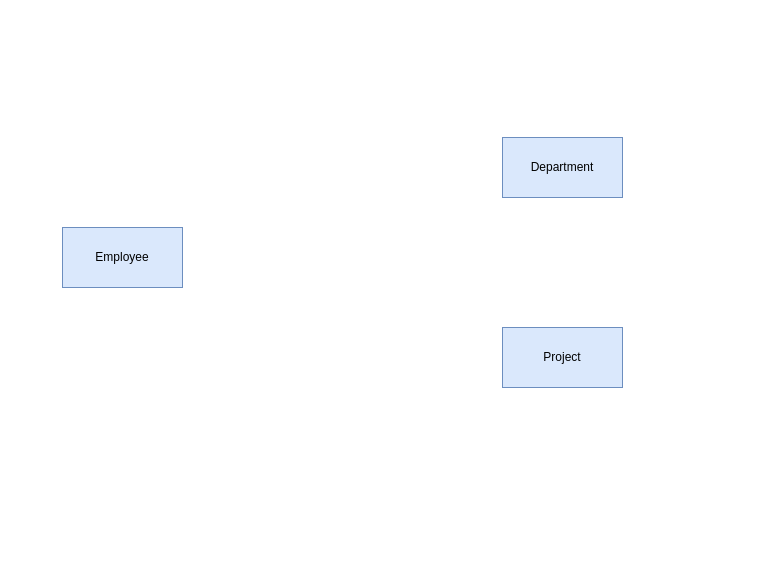
This is comapany_database_system.drawio from Rupantar-68/DBMS_LAB, a draw.io file, before an edit. Source tidied: cells renumbered, new cells numbered last; positions are measured from the earlier drawing's top-left corner, leaving out a move shared by most shapes. Both pictures are drawn from the tidied source at 100%, with x=0, y=0 at pixel (62, 137).
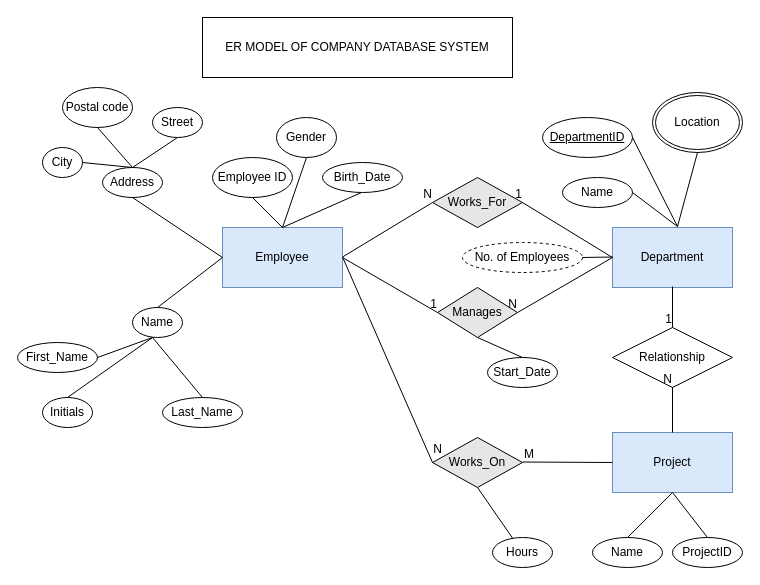
Above is the later version.

Diff of the diagram source:
```diff
@@
     <mxCell id="2" value="Employee" style="rounded=0;whiteSpace=wrap;html=1;fillColor=#dae8fc;strokeColor=#6c8ebf;" parent="1" vertex="1">
-      <mxGeometry y="90" width="120" height="60" as="geometry" />
+      <mxGeometry x="160" y="90" width="120" height="60" as="geometry" />
     </mxCell>
     <mxCell id="3" value="Department" style="rounded=0;whiteSpace=wrap;html=1;fillColor=#dae8fc;strokeColor=#6c8ebf;" parent="1" vertex="1">
-      <mxGeometry x="440" width="120" height="60" as="geometry" />
+      <mxGeometry x="550" y="90" width="120" height="60" as="geometry" />
     </mxCell>
     <mxCell id="4" value="Project" style="rounded=0;whiteSpace=wrap;html=1;fillColor=#dae8fc;strokeColor=#6c8ebf;" parent="1" vertex="1">
-      <mxGeometry x="440" y="190" width="120" height="60" as="geometry" />
+      <mxGeometry x="550" y="295" width="120" height="60" as="geometry" />
     </mxCell>
+    <mxCell id="5" value="Employee ID" style="ellipse;whiteSpace=wrap;html=1;" parent="1" vertex="1">
+      <mxGeometry x="150" y="20" width="80" height="40" as="geometry" />
+    </mxCell>
+    <mxCell id="6" value="Gender" style="ellipse;whiteSpace=wrap;html=1;" parent="1" vertex="1">
+      <mxGeometry x="214" y="-20" width="60" height="40" as="geometry" />
+    </mxCell>
+    <mxCell id="7" value="Birth_Date" style="ellipse;whiteSpace=wrap;html=1;" parent="1" vertex="1">
+      <mxGeometry x="260" y="25" width="80" height="30" as="geometry" />
+    </mxCell>
+    <mxCell id="8" style="endArrow=none;html=1;rounded=0;exitX=0.5;exitY=0;exitDx=0;exitDy=0;entryX=0.5;entryY=1;entryDx=0;entryDy=0;" parent="1" edge="1" source="2" target="6">
+      <mxGeometry relative="1" as="geometry" />
+    </mxCell>
+    <mxCell id="9" style="endArrow=none;html=1;rounded=0;" parent="1" edge="1">
+      <mxGeometry relative="1" as="geometry">
+        <mxPoint x="220" y="90" as="sourcePoint" />
+        <mxPoint x="190" y="60" as="targetPoint" />
+      </mxGeometry>
+    </mxCell>
+    <mxCell id="10" style="endArrow=none;html=1;rounded=0;exitX=0.5;exitY=0;exitDx=0;exitDy=0;" parent="1" edge="1" source="2">
+      <mxGeometry relative="1" as="geometry">
+        <mxPoint x="299" y="55" as="targetPoint" />
+      </mxGeometry>
+    </mxCell>
+    <mxCell id="11" value="Postal code" style="ellipse;whiteSpace=wrap;html=1;" parent="1" vertex="1">
+      <mxGeometry y="-50" width="70" height="40" as="geometry" />
+    </mxCell>
+    <mxCell id="12" value="Street" style="ellipse;whiteSpace=wrap;html=1;" parent="1" vertex="1">
+      <mxGeometry x="90" y="-30" width="50" height="30" as="geometry" />
+    </mxCell>
+    <mxCell id="13" value="City" style="ellipse;whiteSpace=wrap;html=1;" parent="1" vertex="1">
+      <mxGeometry x="-20" y="10" width="40" height="30" as="geometry" />
+    </mxCell>
+    <mxCell id="14" value="Address" style="ellipse;whiteSpace=wrap;html=1;" parent="1" vertex="1">
+      <mxGeometry x="40" y="30" width="60" height="30" as="geometry" />
+    </mxCell>
+    <mxCell id="15" style="endArrow=none;html=1;rounded=0;exitX=0.5;exitY=1;exitDx=0;exitDy=0;" parent="1" edge="1" source="14">
+      <mxGeometry relative="1" as="geometry">
+        <mxPoint x="160" y="120" as="targetPoint" />
+      </mxGeometry>
+    </mxCell>
+    <mxCell id="16" style="endArrow=none;html=1;rounded=0;exitX=1;exitY=0.5;exitDx=0;exitDy=0;" parent="1" edge="1" source="13">
+      <mxGeometry relative="1" as="geometry">
+        <mxPoint x="70" y="30" as="targetPoint" />
+      </mxGeometry>
+    </mxCell>
+    <mxCell id="17" style="endArrow=none;html=1;rounded=0;exitX=0.5;exitY=1;exitDx=0;exitDy=0;" parent="1" edge="1" source="11">
+      <mxGeometry relative="1" as="geometry">
+        <mxPoint x="70" y="30" as="targetPoint" />
+      </mxGeometry>
+    </mxCell>
+    <mxCell id="18" style="endArrow=none;html=1;rounded=0;exitX=0.5;exitY=1;exitDx=0;exitDy=0;" parent="1" edge="1" source="12">
+      <mxGeometry relative="1" as="geometry">
+        <mxPoint x="70" y="30" as="targetPoint" />
+      </mxGeometry>
+    </mxCell>
+    <mxCell id="19" value="Name" style="ellipse;whiteSpace=wrap;html=1;" parent="1" vertex="1">
+      <mxGeometry x="70" y="170" width="50" height="30" as="geometry" />
+    </mxCell>
+    <mxCell id="20" value="First_Name" style="ellipse;whiteSpace=wrap;html=1;" parent="1" vertex="1">
+      <mxGeometry x="-45" y="205" width="80" height="30" as="geometry" />
+    </mxCell>
+    <mxCell id="21" value="Last_Name" style="ellipse;whiteSpace=wrap;html=1;" parent="1" vertex="1">
+      <mxGeometry x="100" y="260" width="80" height="30" as="geometry" />
+    </mxCell>
+    <mxCell id="22" value="Initials" style="ellipse;whiteSpace=wrap;html=1;" parent="1" vertex="1">
+      <mxGeometry x="-20" y="260" width="50" height="30" as="geometry" />
+    </mxCell>
+    <mxCell id="23" style="endArrow=none;html=1;rounded=0;exitX=0.5;exitY=0;exitDx=0;exitDy=0;" parent="1" edge="1" source="19">
+      <mxGeometry relative="1" as="geometry">
+        <mxPoint x="160" y="120" as="targetPoint" />
+      </mxGeometry>
+    </mxCell>
+    <mxCell id="24" style="endArrow=none;html=1;rounded=0;exitX=0.5;exitY=0;exitDx=0;exitDy=0;" parent="1" edge="1" source="22">
+      <mxGeometry relative="1" as="geometry">
+        <mxPoint x="90" y="200" as="targetPoint" />
+      </mxGeometry>
+    </mxCell>
+    <mxCell id="25" style="endArrow=none;html=1;rounded=0;exitX=1;exitY=0.5;exitDx=0;exitDy=0;" parent="1" edge="1" source="20">
+      <mxGeometry relative="1" as="geometry">
+        <mxPoint x="90" y="200" as="targetPoint" />
+      </mxGeometry>
+    </mxCell>
+    <mxCell id="26" style="endArrow=none;html=1;rounded=0;exitX=0.5;exitY=0;exitDx=0;exitDy=0;" parent="1" edge="1" source="21">
+      <mxGeometry relative="1" as="geometry">
+        <mxPoint x="90" y="200" as="targetPoint" />
+      </mxGeometry>
+    </mxCell>
+    <mxCell id="27" value="Works_For" style="rhombus;whiteSpace=wrap;html=1;fillColor=#E6E6E6;" parent="1" vertex="1">
+      <mxGeometry x="370" y="40" width="90" height="50" as="geometry" />
+    </mxCell>
+    <mxCell id="28" value="Manages" style="rhombus;whiteSpace=wrap;html=1;fillColor=#E6E6E6;" parent="1" vertex="1">
+      <mxGeometry x="375" y="150" width="80" height="50" as="geometry" />
+    </mxCell>
+    <mxCell id="29" value="No. of Employees" style="ellipse;whiteSpace=wrap;html=1;align=center;dashed=1;fillColor=#FFFFFF;" parent="1" vertex="1">
+      <mxGeometry x="400" y="105" width="120" height="30" as="geometry" />
+    </mxCell>
+    <mxCell id="30" style="endArrow=none;html=1;rounded=0;exitX=1;exitY=0.5;exitDx=0;exitDy=0;" parent="1" edge="1" source="29">
+      <mxGeometry relative="1" as="geometry">
+        <mxPoint x="550" y="119.5" as="targetPoint" />
+      </mxGeometry>
+    </mxCell>
+    <mxCell id="31" value="Name" style="ellipse;whiteSpace=wrap;html=1;align=center;fillColor=#FFFFFF;" parent="1" vertex="1">
+      <mxGeometry x="500" y="40" width="70" height="30" as="geometry" />
+    </mxCell>
+    <mxCell id="32" value="&lt;u&gt;DepartmentID&lt;/u&gt;" style="ellipse;whiteSpace=wrap;html=1;align=center;fillColor=#FFFFFF;" parent="1" vertex="1">
+      <mxGeometry x="480" y="-20" width="90" height="40" as="geometry" />
+    </mxCell>
+    <mxCell id="33" value="Location" style="ellipse;shape=doubleEllipse;margin=3;whiteSpace=wrap;html=1;align=center;fillColor=#FFFFFF;" parent="1" vertex="1">
+      <mxGeometry x="590" y="-45" width="90" height="60" as="geometry" />
+    </mxCell>
+    <mxCell id="34" style="endArrow=none;html=1;rounded=0;exitX=0.5;exitY=1;exitDx=0;exitDy=0;" parent="1" edge="1" source="33">
+      <mxGeometry relative="1" as="geometry">
+        <mxPoint x="615" y="89" as="targetPoint" />
+      </mxGeometry>
+    </mxCell>
+    <mxCell id="35" style="endArrow=none;html=1;rounded=0;exitX=1;exitY=0.5;exitDx=0;exitDy=0;" parent="1" edge="1" source="32">
+      <mxGeometry relative="1" as="geometry">
+        <mxPoint x="615" y="89" as="targetPoint" />
+      </mxGeometry>
+    </mxCell>
+    <mxCell id="36" style="endArrow=none;html=1;rounded=0;exitX=1;exitY=0.5;exitDx=0;exitDy=0;" parent="1" edge="1" source="31">
+      <mxGeometry relative="1" as="geometry">
+        <mxPoint x="615" y="89" as="targetPoint" />
+      </mxGeometry>
+    </mxCell>
+    <mxCell id="37" style="endArrow=none;html=1;rounded=0;entryX=0;entryY=0.5;entryDx=0;entryDy=0;" parent="1" edge="1" target="27">
+      <mxGeometry relative="1" as="geometry">
+        <mxPoint x="280" y="119.5" as="sourcePoint" />
+      </mxGeometry>
+    </mxCell>
+    <mxCell id="38" value="N" style="html=1;align=right;verticalAlign=bottom;fillColor=#FFFFFF;" parent="37" vertex="1">
+      <mxGeometry x="1" relative="1" as="geometry" />
+    </mxCell>
+    <mxCell id="39" style="endArrow=none;html=1;rounded=0;exitX=0;exitY=0.5;exitDx=0;exitDy=0;entryX=1;entryY=0.5;entryDx=0;entryDy=0;" parent="1" edge="1" source="3" target="27">
+      <mxGeometry relative="1" as="geometry" />
+    </mxCell>
+    <mxCell id="40" value="1" style="html=1;align=right;verticalAlign=bottom;fillColor=#FFFFFF;" parent="39" vertex="1">
+      <mxGeometry x="1" relative="1" as="geometry" />
+    </mxCell>
+    <mxCell id="41" style="endArrow=none;html=1;rounded=0;exitX=1;exitY=0.5;exitDx=0;exitDy=0;entryX=0;entryY=0.5;entryDx=0;entryDy=0;" parent="1" edge="1" source="2" target="28">
+      <mxGeometry relative="1" as="geometry" />
+    </mxCell>
+    <mxCell id="42" value="1" style="html=1;align=right;verticalAlign=bottom;fillColor=#FFFFFF;" parent="41" vertex="1">
+      <mxGeometry x="1" relative="1" as="geometry" />
+    </mxCell>
+    <mxCell id="43" style="endArrow=none;html=1;rounded=0;entryX=1;entryY=0.5;entryDx=0;entryDy=0;" parent="1" edge="1" target="28">
+      <mxGeometry relative="1" as="geometry">
+        <mxPoint x="550" y="120" as="sourcePoint" />
+      </mxGeometry>
+    </mxCell>
+    <mxCell id="44" value="N" style="html=1;align=right;verticalAlign=bottom;fillColor=#FFFFFF;" parent="43" vertex="1">
+      <mxGeometry x="1" relative="1" as="geometry" />
+    </mxCell>
+    <mxCell id="45" value="Works_On" style="rhombus;whiteSpace=wrap;html=1;fillColor=#E6E6E6;" parent="1" vertex="1">
+      <mxGeometry x="370" y="300" width="90" height="50" as="geometry" />
+    </mxCell>
+    <mxCell id="46" style="endArrow=none;html=1;rounded=0;entryX=0;entryY=0.5;entryDx=0;entryDy=0;" parent="1" edge="1" target="45">
+      <mxGeometry relative="1" as="geometry">
+        <mxPoint x="280" y="119.5" as="sourcePoint" />
+      </mxGeometry>
+    </mxCell>
+    <mxCell id="47" value="N" style="html=1;align=right;verticalAlign=bottom;fillColor=#FFFFFF;" parent="46" vertex="1">
+      <mxGeometry x="1" relative="1" as="geometry">
+        <mxPoint x="10" y="-5" as="offset" />
+      </mxGeometry>
+    </mxCell>
+    <mxCell id="48" style="endArrow=none;html=1;rounded=0;" parent="1" edge="1">
+      <mxGeometry relative="1" as="geometry">
+        <mxPoint x="460" y="324.5" as="sourcePoint" />
+        <mxPoint x="550" y="325" as="targetPoint" />
+      </mxGeometry>
+    </mxCell>
+    <mxCell id="49" value="M" style="html=1;align=left;verticalAlign=bottom;fillColor=#FFFFFF;" parent="48" vertex="1">
+      <mxGeometry x="-1" relative="1" as="geometry" />
+    </mxCell>
+    <mxCell id="50" value="Relationship" style="shape=rhombus;perimeter=rhombusPerimeter;whiteSpace=wrap;html=1;align=center;fillColor=#FFFFFF;" parent="1" vertex="1">
+      <mxGeometry x="550" y="190" width="120" height="60" as="geometry" />
+    </mxCell>
+    <mxCell id="51" style="endArrow=none;html=1;rounded=0;entryX=0.5;entryY=0;entryDx=0;entryDy=0;" parent="1" edge="1" target="50">
+      <mxGeometry relative="1" as="geometry">
+        <mxPoint x="610" y="149" as="sourcePoint" />
+      </mxGeometry>
+    </mxCell>
+    <mxCell id="52" value="1" style="html=1;align=right;verticalAlign=bottom;fillColor=#FFFFFF;" parent="51" vertex="1">
+      <mxGeometry x="1" relative="1" as="geometry" />
+    </mxCell>
+    <mxCell id="53" style="endArrow=none;html=1;rounded=0;entryX=0.5;entryY=1;entryDx=0;entryDy=0;exitX=0.5;exitY=0;exitDx=0;exitDy=0;" parent="1" edge="1" source="4" target="50">
+      <mxGeometry relative="1" as="geometry" />
+    </mxCell>
+    <mxCell id="54" value="N" style="html=1;align=right;verticalAlign=bottom;fillColor=#FFFFFF;" parent="53" vertex="1">
+      <mxGeometry x="1" relative="1" as="geometry" />
+    </mxCell>
+    <mxCell id="55" value="Start_Date" style="ellipse;whiteSpace=wrap;html=1;align=center;fillColor=#FFFFFF;" parent="1" vertex="1">
+      <mxGeometry x="425" y="220" width="70" height="30" as="geometry" />
+    </mxCell>
+    <mxCell id="56" style="endArrow=none;html=1;rounded=0;entryX=0.5;entryY=0;entryDx=0;entryDy=0;exitX=0.5;exitY=1;exitDx=0;exitDy=0;" parent="1" edge="1" source="28" target="55">
+      <mxGeometry relative="1" as="geometry" />
+    </mxCell>
+    <mxCell id="57" style="endArrow=none;html=1;rounded=0;exitX=0.5;exitY=1;exitDx=0;exitDy=0;" parent="1" edge="1" source="45" target="58">
+      <mxGeometry relative="1" as="geometry" />
+    </mxCell>
+    <mxCell id="58" value="Hours" style="ellipse;whiteSpace=wrap;html=1;align=center;fillColor=#FFFFFF;" parent="1" vertex="1">
+      <mxGeometry x="430" y="400" width="60" height="30" as="geometry" />
+    </mxCell>
+    <mxCell id="59" value="Name" style="ellipse;whiteSpace=wrap;html=1;align=center;fillColor=#FFFFFF;" parent="1" vertex="1">
+      <mxGeometry x="530" y="400" width="70" height="30" as="geometry" />
+    </mxCell>
+    <mxCell id="60" value="ProjectID" style="ellipse;whiteSpace=wrap;html=1;align=center;fillColor=#FFFFFF;" parent="1" vertex="1">
+      <mxGeometry x="610" y="400" width="70" height="30" as="geometry" />
+    </mxCell>
+    <mxCell id="61" style="endArrow=none;html=1;rounded=0;exitX=0.5;exitY=0;exitDx=0;exitDy=0;entryX=0.5;entryY=1;entryDx=0;entryDy=0;" parent="1" edge="1" source="59" target="4">
+      <mxGeometry relative="1" as="geometry" />
+    </mxCell>
+    <mxCell id="62" style="endArrow=none;html=1;rounded=0;entryX=0.5;entryY=0;entryDx=0;entryDy=0;exitX=0.5;exitY=1;exitDx=0;exitDy=0;" parent="1" edge="1" source="4" target="60">
+      <mxGeometry relative="1" as="geometry" />
+    </mxCell>
+    <mxCell id="63" value="ER MODEL OF COMPANY DATABASE SYSTEM" style="rounded=0;whiteSpace=wrap;html=1;fillColor=#FFFFFF;" parent="1" vertex="1">
+      <mxGeometry x="140" y="-120" width="310" height="60" as="geometry" />
+    </mxCell>
```
